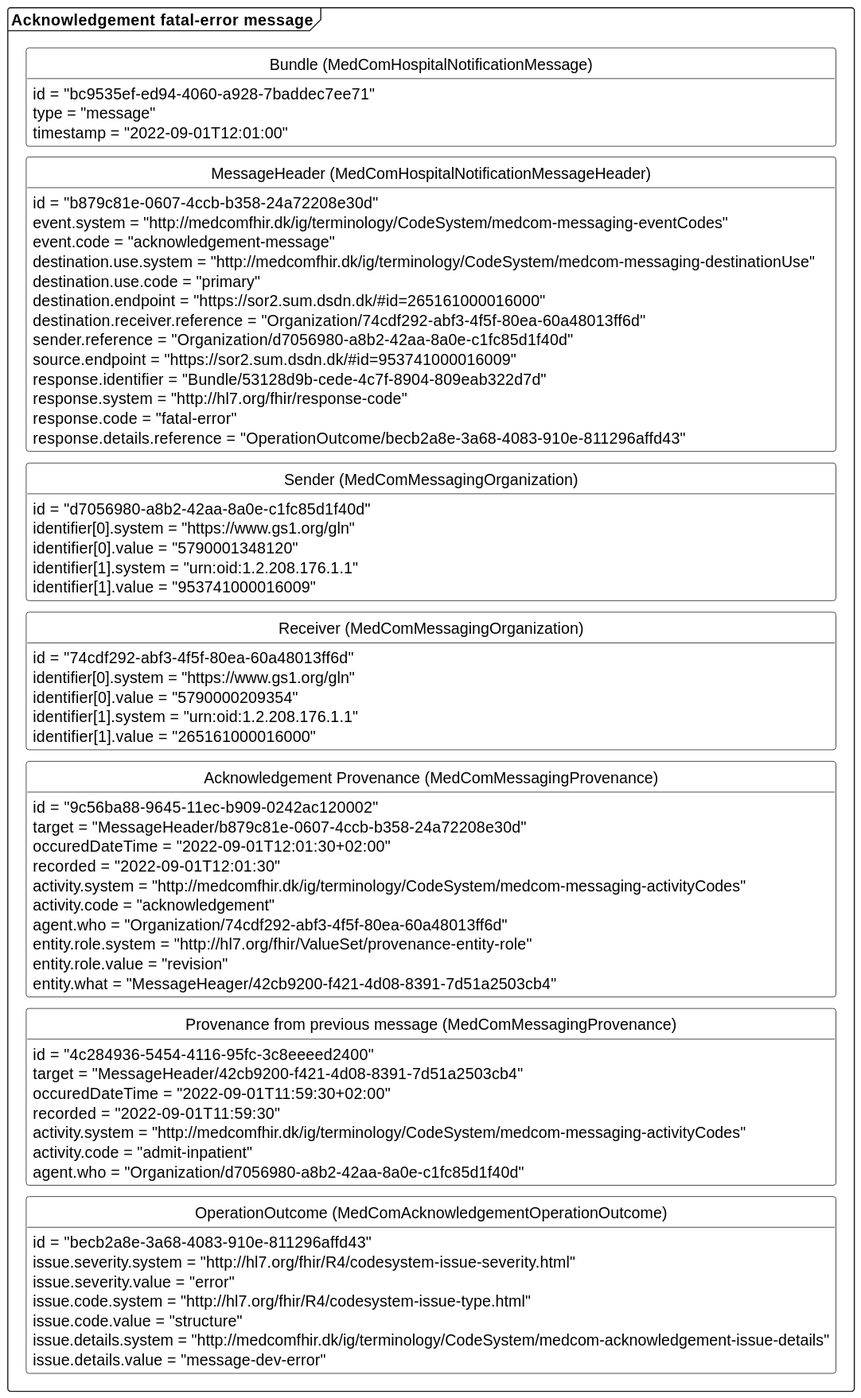
The PlantUML diagram input/images/AcknowledgementError.svg in medcomdk/dk-medcom-acknowledgement, before a commit.
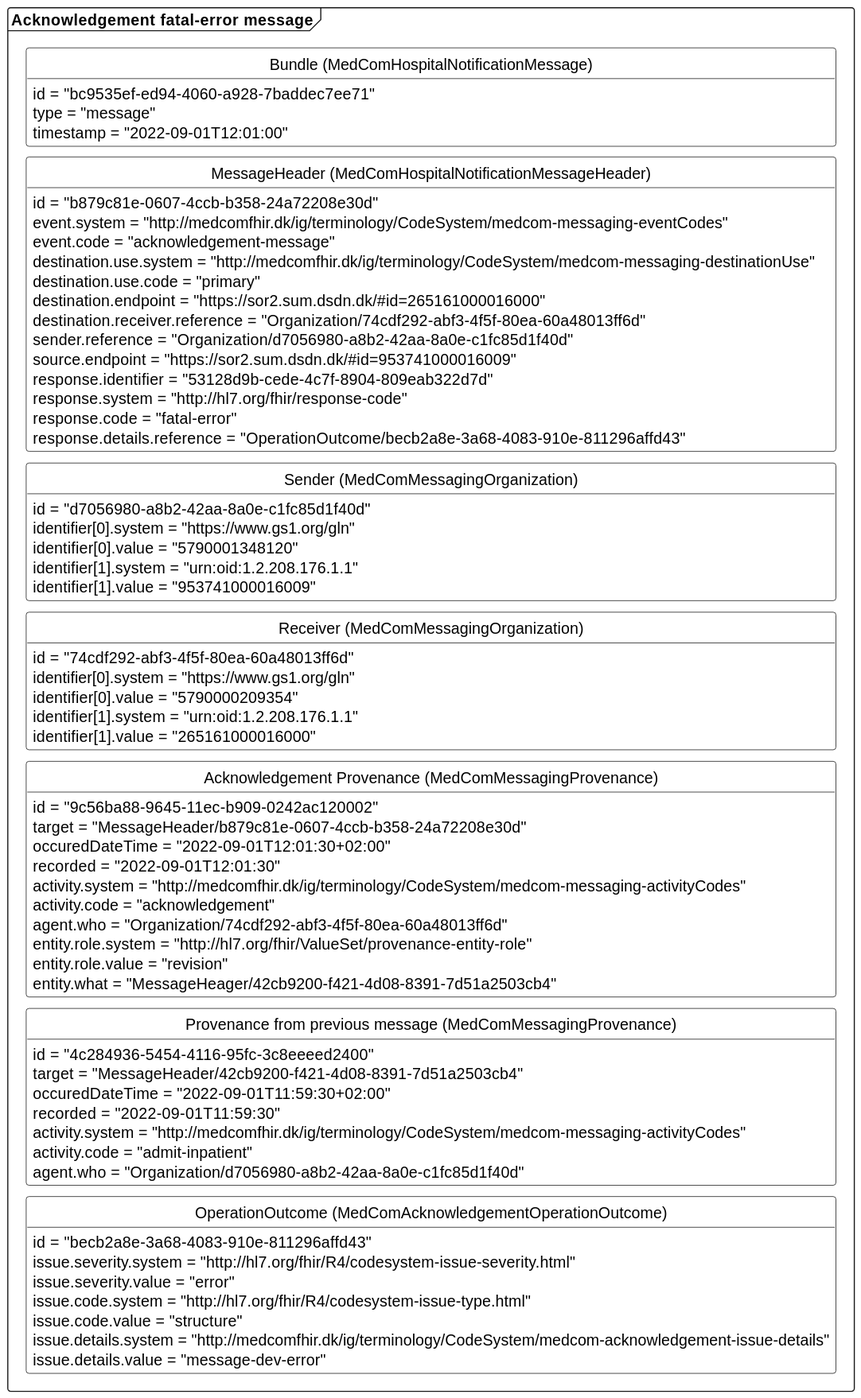
Later version of the same file.

Diff of the diagram source:
```diff
@@ -27,7 +27,7 @@
         destination.receiver.reference = "Organization/74cdf292-abf3-4f5f-80ea-60a48013ff6d"
         sender.reference = "Organization/d7056980-a8b2-42aa-8a0e-c1fc85d1f40d"
         source.endpoint = "https://sor2.sum.dsdn.dk/#id=953741000016009"
-        response.identifier = "Bundle/53128d9b-cede-4c7f-8904-809eab322d7d"
+        response.identifier = "53128d9b-cede-4c7f-8904-809eab322d7d"
         response.system = "http://hl7.org/fhir/response-code"
         response.code = "fatal-error"
         response.details.reference = "OperationOutcome/becb2a8e-3a68-4083-910e-811296affd43"
```
